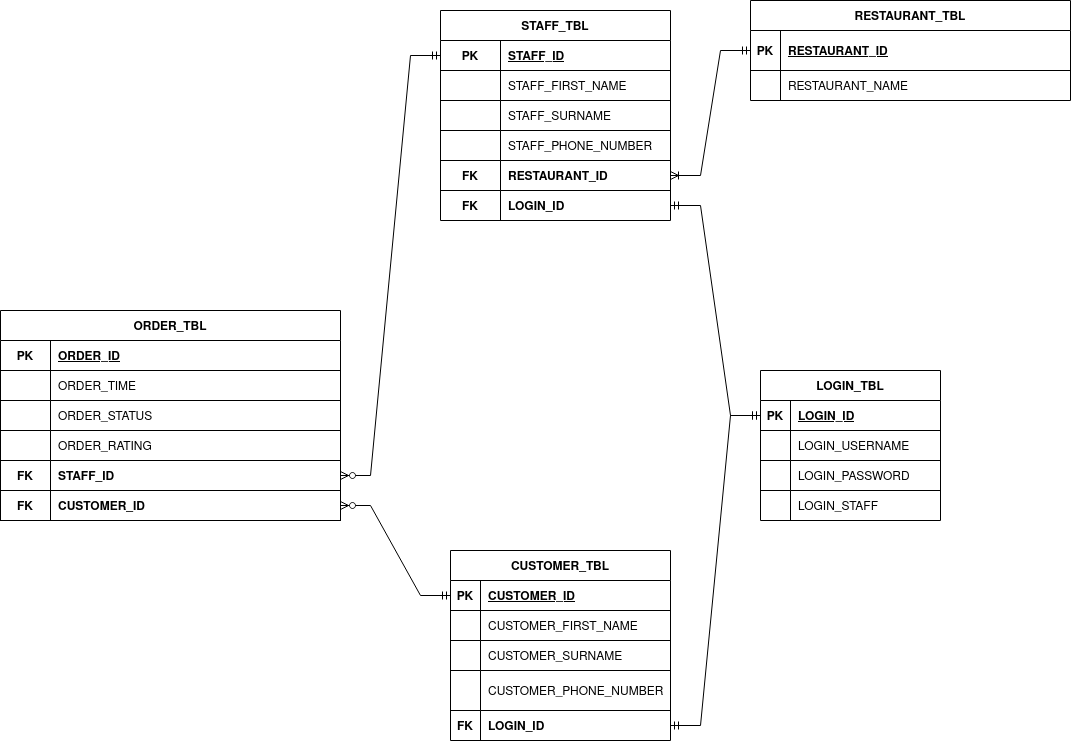
Above: planning/db_planning/database/database_final_design.png in 4Vertigo2/restaurant (draw.io), before the change. Source tidied: cells renumbered, new cells last; positions are measured from the earlier drawing's top-left corner, leaving out a move shared by most shapes.
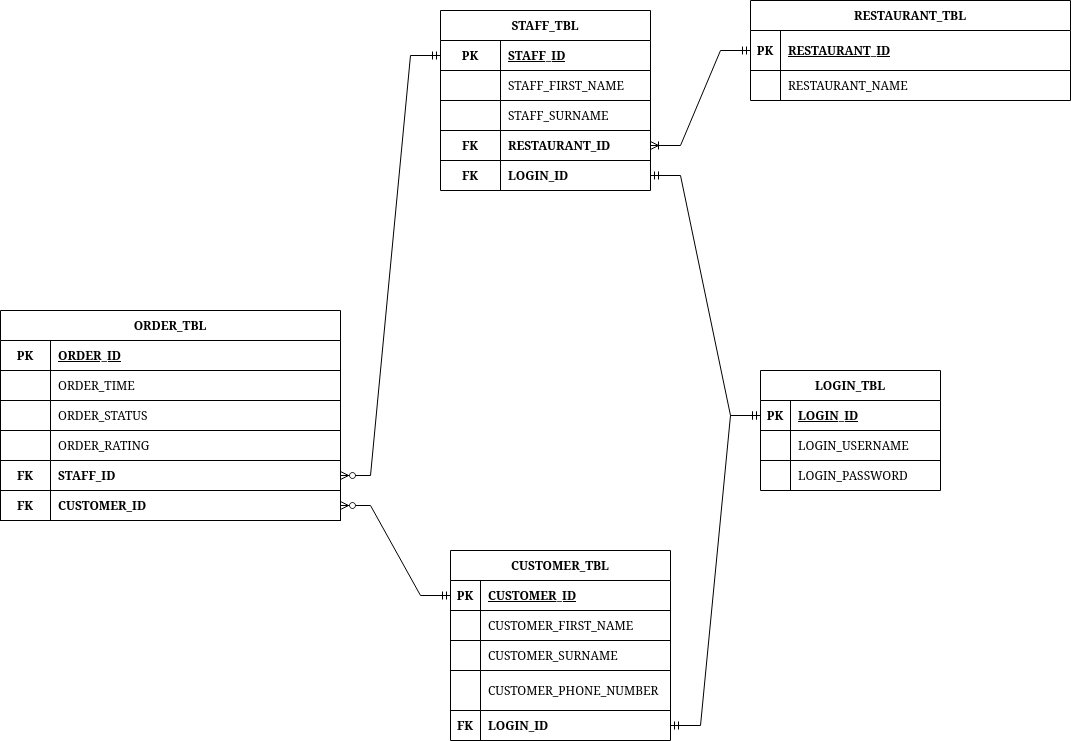
After the commit.

The edit, as a diff of the source:
```diff
@@ -51,61 +51,52 @@
       <mxGeometry x="30" width="190" height="30" as="geometry" />
     </mxCell>
     <mxCell id="18" value="STAFF_TBL" style="shape=table;startSize=30;rowLines=1;fontStyle=1;align=center;" parent="1" vertex="1">
-      <mxGeometry x="440" y="10" width="230" height="210" as="geometry" />
+      <mxGeometry x="440" y="10" width="210" height="180" as="geometry" />
     </mxCell>
     <mxCell id="19" style="shape=tableRow;horizontal=0;startSize=0;swimlaneHead=0;swimlaneBody=0;fillColor=none;points=[[0,0.5],[1,0.5]];portConstraint=eastwest;top=0;left=0;right=0;bottom=1;" parent="18" vertex="1">
-      <mxGeometry y="30" width="230" height="30" as="geometry" />
+      <mxGeometry y="30" width="210" height="30" as="geometry" />
     </mxCell>
     <mxCell id="20" value="PK" style="shape=partialRectangle;fillColor=none;top=0;left=0;bottom=0;right=0;fontStyle=1;overflow=hidden;" parent="19" vertex="1">
       <mxGeometry width="60" height="30" as="geometry" />
     </mxCell>
     <mxCell id="21" value="STAFF_ID" style="shape=partialRectangle;fillColor=none;top=0;left=0;bottom=0;right=0;align=left;spacingLeft=6;fontStyle=5;overflow=hidden;" parent="19" vertex="1">
-      <mxGeometry x="60" width="170" height="30" as="geometry" />
+      <mxGeometry x="60" width="150" height="30" as="geometry" />
     </mxCell>
     <mxCell id="22" style="shape=tableRow;horizontal=0;startSize=0;swimlaneHead=0;swimlaneBody=0;fillColor=none;top=0;left=0;right=0;bottom=0;" parent="18" vertex="1">
-      <mxGeometry y="60" width="230" height="30" as="geometry" />
+      <mxGeometry y="60" width="210" height="30" as="geometry" />
     </mxCell>
     <mxCell id="23" style="shape=partialRectangle;fillColor=none;top=0;left=0;bottom=0;right=0;overflow=hidden;" parent="22" vertex="1">
       <mxGeometry width="60" height="30" as="geometry" />
     </mxCell>
     <mxCell id="24" value="STAFF_FIRST_NAME" style="shape=partialRectangle;fillColor=none;top=0;left=0;bottom=0;right=0;align=left;spacingLeft=6;overflow=hidden;" parent="22" vertex="1">
-      <mxGeometry x="60" width="170" height="30" as="geometry" />
+      <mxGeometry x="60" width="150" height="30" as="geometry" />
     </mxCell>
     <mxCell id="25" style="shape=tableRow;horizontal=0;startSize=0;swimlaneHead=0;swimlaneBody=0;fillColor=none;top=0;left=0;right=0;bottom=0;" parent="18" vertex="1">
-      <mxGeometry y="90" width="230" height="30" as="geometry" />
+      <mxGeometry y="90" width="210" height="30" as="geometry" />
     </mxCell>
     <mxCell id="26" style="shape=partialRectangle;fillColor=none;top=0;left=0;bottom=0;right=0;overflow=hidden;" parent="25" vertex="1">
       <mxGeometry width="60" height="30" as="geometry" />
     </mxCell>
     <mxCell id="27" value="STAFF_SURNAME" style="shape=partialRectangle;fillColor=none;top=0;left=0;bottom=0;right=0;align=left;spacingLeft=6;overflow=hidden;" parent="25" vertex="1">
-      <mxGeometry x="60" width="170" height="30" as="geometry" />
+      <mxGeometry x="60" width="150" height="30" as="geometry" />
     </mxCell>
-    <mxCell id="28" style="shape=tableRow;horizontal=0;startSize=0;swimlaneHead=0;swimlaneBody=0;fillColor=none;top=0;left=0;right=0;bottom=0;" parent="18" vertex="1">
-      <mxGeometry y="120" width="230" height="30" as="geometry" />
-    </mxCell>
-    <mxCell id="29" style="shape=partialRectangle;fillColor=none;top=0;left=0;bottom=0;right=0;overflow=hidden;" parent="28" vertex="1">
-      <mxGeometry width="60" height="30" as="geometry" />
-    </mxCell>
-    <mxCell id="30" value="STAFF_PHONE_NUMBER" style="shape=partialRectangle;fillColor=none;top=0;left=0;bottom=0;right=0;align=left;spacingLeft=6;overflow=hidden;" parent="28" vertex="1">
-      <mxGeometry x="60" width="170" height="30" as="geometry" />
-    </mxCell>
     <mxCell id="31" style="shape=tableRow;horizontal=0;startSize=0;swimlaneHead=0;swimlaneBody=0;fillColor=none;points=[[0,0.5],[1,0.5]];portConstraint=eastwest;top=0;left=0;right=0;bottom=0;" parent="18" vertex="1">
-      <mxGeometry y="150" width="230" height="30" as="geometry" />
+      <mxGeometry y="120" width="210" height="30" as="geometry" />
     </mxCell>
     <mxCell id="32" value="FK" style="shape=partialRectangle;fillColor=none;top=0;left=0;bottom=0;right=0;fontStyle=1;overflow=hidden;" parent="31" vertex="1">
       <mxGeometry width="60" height="30" as="geometry" />
     </mxCell>
     <mxCell id="33" value="RESTAURANT_ID" style="shape=partialRectangle;fillColor=none;top=0;left=0;bottom=0;right=0;align=left;spacingLeft=6;fontStyle=1;overflow=hidden;" parent="31" vertex="1">
-      <mxGeometry x="60" width="170" height="30" as="geometry" />
+      <mxGeometry x="60" width="150" height="30" as="geometry" />
     </mxCell>
     <mxCell id="34" style="shape=tableRow;horizontal=0;startSize=0;swimlaneHead=0;swimlaneBody=0;fillColor=none;points=[[0,0.5],[1,0.5]];portConstraint=eastwest;top=0;left=0;right=0;bottom=0;" parent="18" vertex="1">
-      <mxGeometry y="180" width="230" height="30" as="geometry" />
+      <mxGeometry y="150" width="210" height="30" as="geometry" />
     </mxCell>
     <mxCell id="35" value="FK" style="shape=partialRectangle;fillColor=none;top=0;left=0;bottom=0;right=0;overflow=hidden;fontStyle=1;" parent="34" vertex="1">
       <mxGeometry width="60" height="30" as="geometry" />
     </mxCell>
     <mxCell id="36" value="LOGIN_ID" style="shape=partialRectangle;fillColor=none;top=0;left=0;bottom=0;right=0;align=left;spacingLeft=6;overflow=hidden;fontStyle=1;" parent="34" vertex="1">
-      <mxGeometry x="60" width="170" height="30" as="geometry" />
+      <mxGeometry x="60" width="150" height="30" as="geometry" />
     </mxCell>
     <mxCell id="37" style="edgeStyle=entityRelationEdgeStyle;fontSize=12;html=1;endArrow=ERoneToMany;startArrow=ERmandOne;rounded=0;exitX=0;exitY=0.5;exitDx=0;exitDy=0;entryX=1;entryY=0.5;entryDx=0;entryDy=0;" parent="1" edge="1" source="39" target="31">
       <mxGeometry relative="1" as="geometry" />
@@ -195,7 +186,7 @@
       <mxGeometry relative="1" as="geometry" />
     </mxCell>
     <mxCell id="66" value="LOGIN_TBL" style="shape=table;startSize=30;rowLines=1;fontStyle=1;align=center;" parent="1" vertex="1">
-      <mxGeometry x="760" y="370" width="180" height="150" as="geometry" />
+      <mxGeometry x="760" y="370" width="180" height="120" as="geometry" />
     </mxCell>
     <mxCell id="67" style="shape=tableRow;horizontal=0;startSize=0;swimlaneHead=0;swimlaneBody=0;fillColor=none;points=[[0,0.5],[1,0.5]];portConstraint=eastwest;top=0;left=0;right=0;bottom=1;" parent="66" vertex="1">
       <mxGeometry y="30" width="180" height="30" as="geometry" />
@@ -224,15 +215,6 @@
     <mxCell id="75" value="LOGIN_PASSWORD" style="shape=partialRectangle;fillColor=none;top=0;left=0;bottom=0;right=0;align=left;spacingLeft=6;overflow=hidden;" parent="73" vertex="1">
       <mxGeometry x="30" width="150" height="30" as="geometry" />
     </mxCell>
-    <mxCell id="76" style="shape=tableRow;horizontal=0;startSize=0;swimlaneHead=0;swimlaneBody=0;fillColor=none;top=0;left=0;right=0;bottom=0;" parent="66" vertex="1">
-      <mxGeometry y="120" width="180" height="30" as="geometry" />
-    </mxCell>
-    <mxCell id="77" style="shape=partialRectangle;fillColor=none;top=0;left=0;bottom=0;right=0;overflow=hidden;" parent="76" vertex="1">
-      <mxGeometry width="30" height="30" as="geometry" />
-    </mxCell>
-    <mxCell id="78" value="LOGIN_STAFF" style="shape=partialRectangle;fillColor=none;top=0;left=0;bottom=0;right=0;align=left;spacingLeft=6;overflow=hidden;" parent="76" vertex="1">
-      <mxGeometry x="30" width="150" height="30" as="geometry" />
-    </mxCell>
     <mxCell id="79" style="edgeStyle=entityRelationEdgeStyle;fontSize=12;html=1;endArrow=ERmandOne;startArrow=ERmandOne;rounded=0;exitX=1;exitY=0.5;exitDx=0;exitDy=0;entryX=0;entryY=0.5;entryDx=0;entryDy=0;" parent="1" edge="1" source="15" target="67">
       <mxGeometry relative="1" as="geometry" />
     </mxCell>
```
